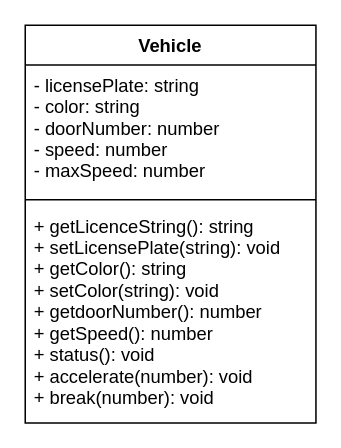
This is topdown.drawio from devin-jhu/ics4u-unit2-05-typescript, a draw.io file, before an edit. Source tidied: cells renumbered, new cells numbered last; positions are measured from the earlier drawing's top-left corner, leaving out a move shared by most shapes. Both pictures are drawn from the tidied source at 153%, with x=0, y=0 at pixel (24, 24).
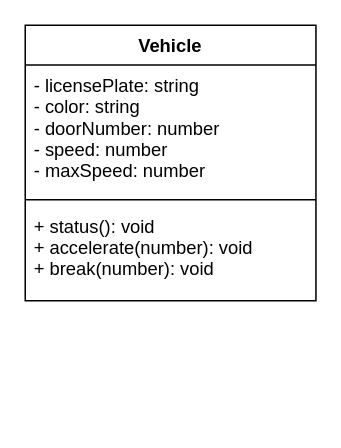
The same page after the edit.

Change to the diagram source:
```diff
@@
 <mxGraphModel>
   <root>
     <mxCell id="0" />
     <mxCell id="1" parent="0" />
     <mxCell id="2" value="Vehicle" style="swimlane;fontStyle=1;align=center;verticalAlign=top;horizontal=1;startSize=26;" parent="1" vertex="1">
-      <mxGeometry width="190" height="260" as="geometry" />
+      <mxGeometry width="190" height="180" as="geometry" />
     </mxCell>
     <mxCell id="3" value="- licensePlate: string&#10;- color: string&#10;- doorNumber: number&#10;- speed: number&#10;- maxSpeed: number" style="text;strokeColor=none;fillColor=none;align=left;verticalAlign=top;spacingLeft=4;spacingRight=4;overflow=hidden;" parent="2" vertex="1">
       <mxGeometry y="26" width="190" height="84" as="geometry" />
     </mxCell>
     <mxCell id="4" style="line;strokeWidth=1;fillColor=none;align=left;verticalAlign=middle;spacingTop=-1;spacingLeft=3;spacingRight=3;labelPosition=right;" parent="2" vertex="1">
       <mxGeometry y="110" width="190" height="8" as="geometry" />
     </mxCell>
-    <mxCell id="5" value="+ getLicenceString(): string&#10;+ setLicensePlate(string): void&#10;+ getColor(): string&#10;+ setColor(string): void&#10;+ getdoorNumber(): number&#10;+ getSpeed(): number&#10;+ status(): void&#10;+ accelerate(number): void&#10;+ break(number): void" style="text;strokeColor=none;fillColor=none;align=left;verticalAlign=top;spacingLeft=4;spacingRight=4;overflow=hidden;" parent="2" vertex="1">
-      <mxGeometry y="118" width="190" height="142" as="geometry" />
+    <mxCell id="5" value="+ status(): void&#10;+ accelerate(number): void&#10;+ break(number): void" style="text;strokeColor=none;fillColor=none;align=left;verticalAlign=top;spacingLeft=4;spacingRight=4;overflow=hidden;" parent="2" vertex="1">
+      <mxGeometry y="118" width="190" height="62" as="geometry" />
     </mxCell>
   </root>
 </mxGraphModel>
```
